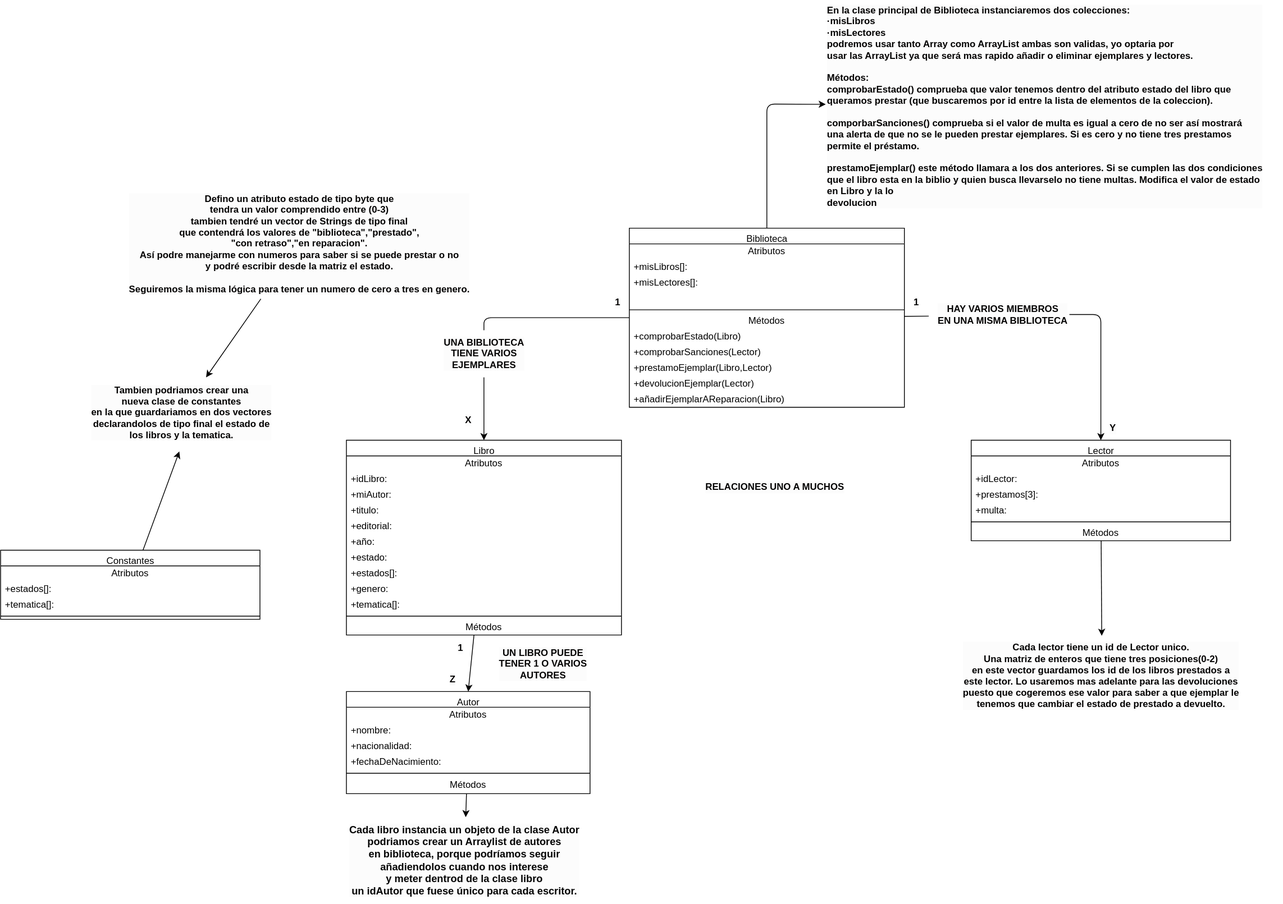
Earlier version of the draw.io export Ejercicio 2.drawio.svg (MateoCarballo/Ejercicios-Diagramas-AulaVirtual). Source tidied: cells renumbered, new cells last; positions are measured from the earlier drawing's top-left corner, leaving out a move shared by most shapes.
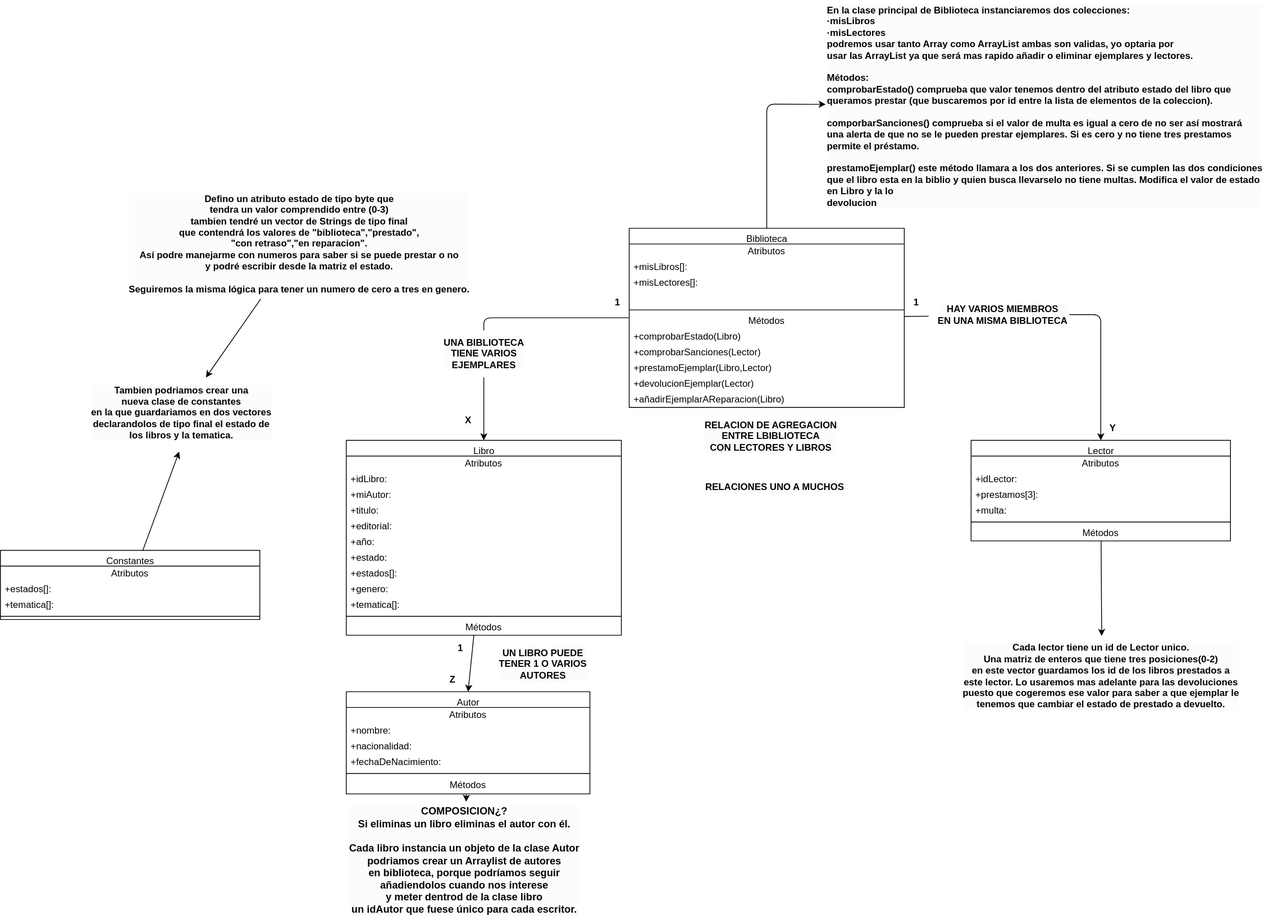
Later version of the same file.

Change to the diagram source:
```diff
@@ -123,8 +123,8 @@
     <mxCell id="38" value="Métodos" style="text;html=1;strokeColor=none;fillColor=none;align=center;verticalAlign=middle;spacingLeft=4;spacingRight=4;overflow=hidden;rounded=0;" parent="32" vertex="1">
       <mxGeometry y="108" width="310" height="22" as="geometry" />
     </mxCell>
-    <mxCell id="39" value="Cada libro instancia un objeto de la clase Autor&lt;br style=&quot;font-size: 13px;&quot;&gt;podriamos crear un Arraylist de autores&lt;br style=&quot;font-size: 13px;&quot;&gt;&amp;nbsp;en biblioteca, porque podríamos seguir&amp;nbsp;&lt;br style=&quot;font-size: 13px;&quot;&gt;añadiendolos cuando nos interese &lt;br style=&quot;font-size: 13px;&quot;&gt;y meter dentrod de la clase libro&lt;br style=&quot;font-size: 13px;&quot;&gt;un idAutor que fuese único para cada escritor." style="text;html=1;align=center;verticalAlign=middle;points=[];strokeColor=none;fillColor=none;fontColor=#050505;labelBackgroundColor=#fcfcfc;fontStyle=1;fontSize=13;rounded=0;" parent="1" vertex="1">
-      <mxGeometry x="430" y="1040" width="320" height="110" as="geometry" />
+    <mxCell id="39" value="COMPOSICION¿?&lt;br&gt;Si eliminas un libro eliminas el autor con él.&lt;br&gt;&lt;br&gt;Cada libro instancia un objeto de la clase Autor&lt;br style=&quot;font-size: 13px;&quot;&gt;podriamos crear un Arraylist de autores&lt;br style=&quot;font-size: 13px;&quot;&gt;&amp;nbsp;en biblioteca, porque podríamos seguir&amp;nbsp;&lt;br style=&quot;font-size: 13px;&quot;&gt;añadiendolos cuando nos interese &lt;br style=&quot;font-size: 13px;&quot;&gt;y meter dentrod de la clase libro&lt;br style=&quot;font-size: 13px;&quot;&gt;un idAutor que fuese único para cada escritor." style="text;html=1;align=center;verticalAlign=middle;points=[];strokeColor=none;fillColor=none;fontColor=#050505;labelBackgroundColor=#fcfcfc;fontStyle=1;fontSize=13;rounded=0;" parent="1" vertex="1">
+      <mxGeometry x="430" y="1020" width="320" height="150" as="geometry" />
     </mxCell>
     <mxCell id="40" style="edgeStyle=none;html=1;fontSize=13;fontColor=#050505;rounded=0;" parent="1" edge="1" source="41" target="58">
       <mxGeometry relative="1" as="geometry" />
@@ -228,5 +228,8 @@
     <mxCell id="71" value="HAY VARIOS MIEMBROS&lt;br&gt;EN UNA MISMA BIBLIOTECA" style="text;html=1;align=center;verticalAlign=middle;points=[];strokeColor=none;fillColor=none;fontStyle=1;fontSize=12;labelPosition=center;verticalLabelPosition=middle;labelBackgroundColor=#fcfcfc;fontColor=#030202;rounded=0;" parent="1" vertex="1">
       <mxGeometry x="1180" y="380" width="190" height="40" as="geometry" />
     </mxCell>
+    <mxCell id="72" value="RELACION DE AGREGACION&amp;nbsp;&lt;br&gt;ENTRE LBIBLIOTECA &lt;br&gt;CON LECTORES Y LIBROS" style="text;html=1;align=center;verticalAlign=middle;strokeColor=none;fillColor=none;fontStyle=1;fontSize=12;labelPosition=center;verticalLabelPosition=middle;labelBackgroundColor=#fcfcfc;fontColor=#030202;rounded=0;" parent="1" vertex="1">
+      <mxGeometry x="880" y="525" width="200" height="60" as="geometry" />
+    </mxCell>
   </root>
 </mxGraphModel>
```
